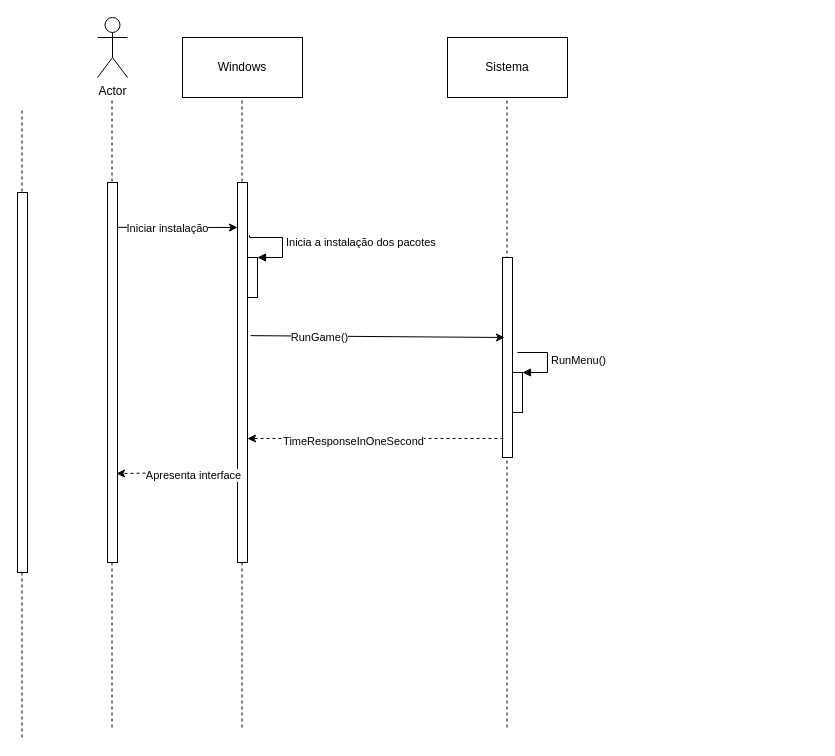
The draw.io diagram page "visão funcional" (2 of 3) of Descrição da Arquitetura.drawio in renanreyc/EngenhariaDeSoftware, before the edit. Source tidied: cells renumbered, new cells numbered last; positions are measured from the earlier drawing's top-left corner, leaving out a move shared by most shapes. Both pictures are drawn from the tidied source at 100%, with x=0, y=0 at pixel (17, 17).
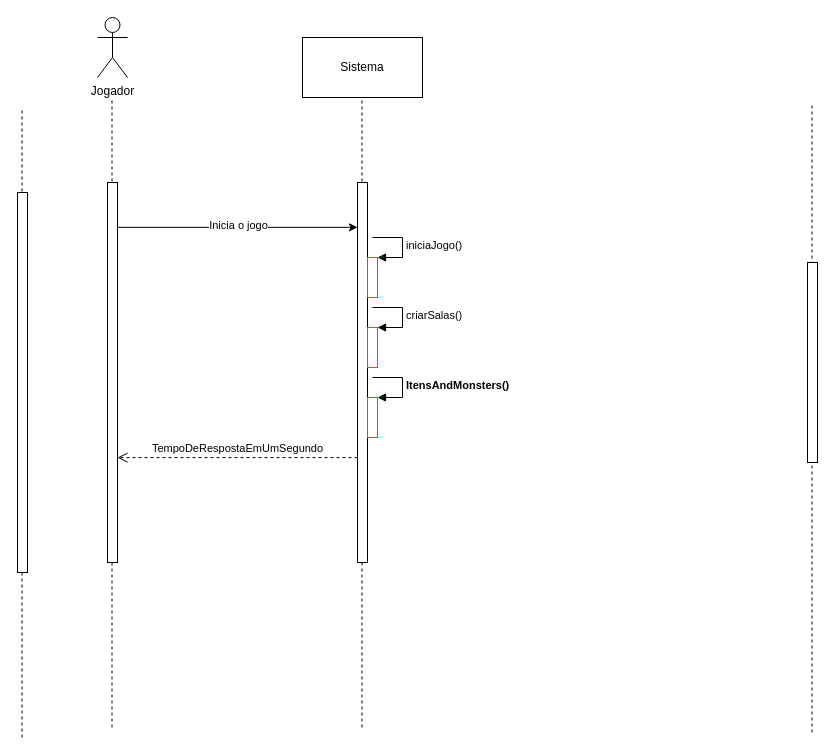
After the change.

Unchanged cells that the change refers to:
```xml
<mxCell id="4" style="html=1;points=[];perimeter=orthogonalPerimeter;" parent="1" vertex="1">
  <mxGeometry x="90" y="165" width="10" height="380" as="geometry" />
</mxCell>
```

Change to the diagram source:
```diff
@@
-    <mxCell id="3" value="Actor" style="shape=umlActor;verticalLabelPosition=bottom;verticalAlign=top;html=1;" parent="1" vertex="1">
+    <mxCell id="3" value="Jogador" style="shape=umlActor;verticalLabelPosition=bottom;verticalAlign=top;html=1;" parent="1" vertex="1">
       <mxGeometry x="80" width="30" height="60" as="geometry" />
     </mxCell>
@@
-    <mxCell id="5" style="endArrow=classic;html=1;rounded=0;exitX=1;exitY=0.118;exitDx=0;exitDy=0;exitPerimeter=0;" parent="1" edge="1" source="4">
-      <mxGeometry relative="1" as="geometry">
-        <mxPoint x="220" y="210" as="targetPoint" />
-      </mxGeometry>
+    <mxCell id="5" style="endArrow=classic;html=1;rounded=0;exitX=1;exitY=0.118;exitDx=0;exitDy=0;exitPerimeter=0;entryX=0;entryY=0.118;entryDx=0;entryDy=0;entryPerimeter=0;" parent="1" edge="1" source="4" target="10">
+      <mxGeometry relative="1" as="geometry" />
     </mxCell>
-    <mxCell id="6" value="Iniciar instalação" style="edgeLabel;html=1;align=center;verticalAlign=middle;" parent="5" vertex="1">
-      <mxGeometry x="-0.65" y="-1" relative="1" as="geometry">
-        <mxPoint x="29" as="offset" />
-      </mxGeometry>
-    </mxCell>
+    <mxCell id="25" value="Inicia o jogo" style="edgeLabel;html=1;align=center;verticalAlign=middle;" parent="5" vertex="1">
+      <mxGeometry x="-0.53" y="2" relative="1" as="geometry">
+        <mxPoint x="64" as="offset" />
+      </mxGeometry>
+    </mxCell>
@@
     <mxCell id="9" style="endArrow=none;dashed=1;html=1;rounded=0;" parent="1" edge="1">
       <mxGeometry relative="1" as="geometry">
-        <mxPoint x="224.5" y="710" as="sourcePoint" />
-        <mxPoint x="224.5" y="80" as="targetPoint" />
+        <mxPoint x="344.5" y="710" as="sourcePoint" />
+        <mxPoint x="344.5" y="80" as="targetPoint" />
       </mxGeometry>
     </mxCell>
     <mxCell id="10" style="html=1;points=[];perimeter=orthogonalPerimeter;" parent="1" vertex="1">
-      <mxGeometry x="220" y="165" width="10" height="380" as="geometry" />
+      <mxGeometry x="340" y="165" width="10" height="380" as="geometry" />
     </mxCell>
-    <mxCell id="11" value="Windows" style="rounded=0;whiteSpace=wrap;html=1;" parent="1" vertex="1">
-      <mxGeometry x="165" y="20" width="120" height="60" as="geometry" />
-    </mxCell>
-    <mxCell id="12" style="html=1;points=[];perimeter=orthogonalPerimeter;" parent="1" vertex="1">
-      <mxGeometry x="230" y="240" width="10" height="40" as="geometry" />
-    </mxCell>
-    <mxCell id="13" value="Inicia a instalação dos pacotes" style="edgeStyle=orthogonalEdgeStyle;html=1;align=left;spacingLeft=2;endArrow=block;rounded=0;entryX=1;entryY=0;exitX=1.2;exitY=0.139;exitDx=0;exitDy=0;exitPerimeter=0;" parent="1" edge="1" source="10" target="12">
-      <mxGeometry relative="1" as="geometry">
-        <Array as="points">
-          <mxPoint x="232" y="220" />
-          <mxPoint x="265" y="220" />
-          <mxPoint x="265" y="240" />
-        </Array>
-      </mxGeometry>
-    </mxCell>
     <mxCell id="14" value="Sistema" style="rounded=0;whiteSpace=wrap;html=1;" parent="1" vertex="1">
-      <mxGeometry x="430" y="20" width="120" height="60" as="geometry" />
+      <mxGeometry x="285" y="20" width="120" height="60" as="geometry" />
     </mxCell>
     <mxCell id="15" style="endArrow=none;dashed=1;html=1;rounded=0;" parent="1" edge="1">
       <mxGeometry relative="1" as="geometry">
-        <mxPoint x="489.5" y="710" as="sourcePoint" />
-        <mxPoint x="489.5" y="80" as="targetPoint" />
+        <mxPoint x="794.5" y="715" as="sourcePoint" />
+        <mxPoint x="794.5" y="85" as="targetPoint" />
       </mxGeometry>
     </mxCell>
     <mxCell id="16" style="html=1;points=[];perimeter=orthogonalPerimeter;" parent="1" vertex="1">
-      <mxGeometry x="485" y="240" width="10" height="200" as="geometry" />
+      <mxGeometry x="790" y="245" width="10" height="200" as="geometry" />
     </mxCell>
-    <mxCell id="17" style="endArrow=classic;html=1;rounded=0;exitX=1.3;exitY=0.403;exitDx=0;exitDy=0;exitPerimeter=0;entryX=0.2;entryY=0.4;entryDx=0;entryDy=0;entryPerimeter=0;" parent="1" edge="1" source="10" target="16">
-      <mxGeometry relative="1" as="geometry" />
-    </mxCell>
-    <mxCell id="18" value="RunGame()" style="edgeLabel;html=1;align=center;verticalAlign=middle;" parent="17" vertex="1">
-      <mxGeometry x="-0.46" y="-1" relative="1" as="geometry" />
-    </mxCell>
-    <mxCell id="19" style="html=1;points=[];perimeter=orthogonalPerimeter;" parent="1" vertex="1">
-      <mxGeometry x="495" y="355" width="10" height="40" as="geometry" />
-    </mxCell>
-    <mxCell id="20" value="RunMenu()" style="edgeStyle=orthogonalEdgeStyle;html=1;align=left;spacingLeft=2;endArrow=block;rounded=0;entryX=1;entryY=0;" parent="1" edge="1" target="19">
-      <mxGeometry relative="1" as="geometry">
-        <mxPoint x="500" y="335" as="sourcePoint" />
-        <Array as="points">
-          <mxPoint x="530" y="335" />
-        </Array>
-      </mxGeometry>
-    </mxCell>
-    <mxCell id="21" style="endArrow=classic;html=1;rounded=0;exitX=0.1;exitY=0.905;exitDx=0;exitDy=0;exitPerimeter=0;dashed=1;" parent="1" edge="1" source="16" target="10">
-      <mxGeometry relative="1" as="geometry" />
-    </mxCell>
-    <mxCell id="22" value="TimeResponseInOneSecond" style="edgeLabel;html=1;align=center;verticalAlign=middle;" parent="21" vertex="1">
-      <mxGeometry x="0.18" y="2" relative="1" as="geometry" />
-    </mxCell>
+    <mxCell id="26" style="html=1;points=[];perimeter=orthogonalPerimeter;strokeColor=#FF3333;fillColor=none;" parent="1" vertex="1">
+      <mxGeometry x="350" y="240" width="10" height="40" as="geometry" />
+    </mxCell>
+    <mxCell id="27" value="iniciaJogo()" style="edgeStyle=orthogonalEdgeStyle;html=1;align=left;spacingLeft=2;endArrow=block;rounded=0;entryX=1;entryY=0;" parent="1" edge="1" target="26">
+      <mxGeometry relative="1" as="geometry">
+        <mxPoint x="355" y="220" as="sourcePoint" />
+        <Array as="points">
+          <mxPoint x="385" y="220" />
+        </Array>
+      </mxGeometry>
+    </mxCell>
+    <mxCell id="28" style="html=1;points=[];perimeter=orthogonalPerimeter;strokeColor=#FF3333;fillColor=none;" parent="1" vertex="1">
+      <mxGeometry x="350" y="310" width="10" height="40" as="geometry" />
+    </mxCell>
+    <mxCell id="29" value="criarSalas()" style="edgeStyle=orthogonalEdgeStyle;html=1;align=left;spacingLeft=2;endArrow=block;rounded=0;entryX=1;entryY=0;" parent="1" edge="1" target="28">
+      <mxGeometry relative="1" as="geometry">
+        <mxPoint x="355" y="290" as="sourcePoint" />
+        <Array as="points">
+          <mxPoint x="385" y="290" />
+        </Array>
+      </mxGeometry>
+    </mxCell>
+    <mxCell id="30" style="html=1;points=[];perimeter=orthogonalPerimeter;strokeColor=#FF3333;fillColor=none;" parent="1" vertex="1">
+      <mxGeometry x="350" y="380" width="10" height="40" as="geometry" />
+    </mxCell>
+    <mxCell id="31" value="&lt;b&gt;ItensAndMonsters()&lt;/b&gt;" style="edgeStyle=orthogonalEdgeStyle;html=1;align=left;spacingLeft=2;endArrow=block;rounded=0;entryX=1;entryY=0;" parent="1" edge="1" target="30">
+      <mxGeometry relative="1" as="geometry">
+        <mxPoint x="355" y="360" as="sourcePoint" />
+        <Array as="points">
+          <mxPoint x="385" y="360" />
+        </Array>
+      </mxGeometry>
+    </mxCell>
-    <mxCell id="23" style="endArrow=classic;html=1;rounded=0;dashed=1;exitX=-0.2;exitY=0.761;exitDx=0;exitDy=0;exitPerimeter=0;entryX=0.9;entryY=0.766;entryDx=0;entryDy=0;entryPerimeter=0;" parent="1" edge="1" source="10" target="4">
+    <mxCell id="23" value="TempoDeRespostaEmUmSegundo" style="html=1;verticalAlign=bottom;endArrow=open;dashed=1;endSize=8;rounded=0;exitX=0;exitY=0.724;exitDx=0;exitDy=0;exitPerimeter=0;entryX=1;entryY=0.724;entryDx=0;entryDy=0;entryPerimeter=0;" parent="1" edge="1" source="10" target="4">
       <mxGeometry relative="1" as="geometry" />
     </mxCell>
-    <mxCell id="24" value="Apresenta interface" style="edgeLabel;html=1;align=center;verticalAlign=middle;" parent="23" vertex="1">
-      <mxGeometry x="-0.28" y="3" relative="1" as="geometry" />
-    </mxCell>
```
